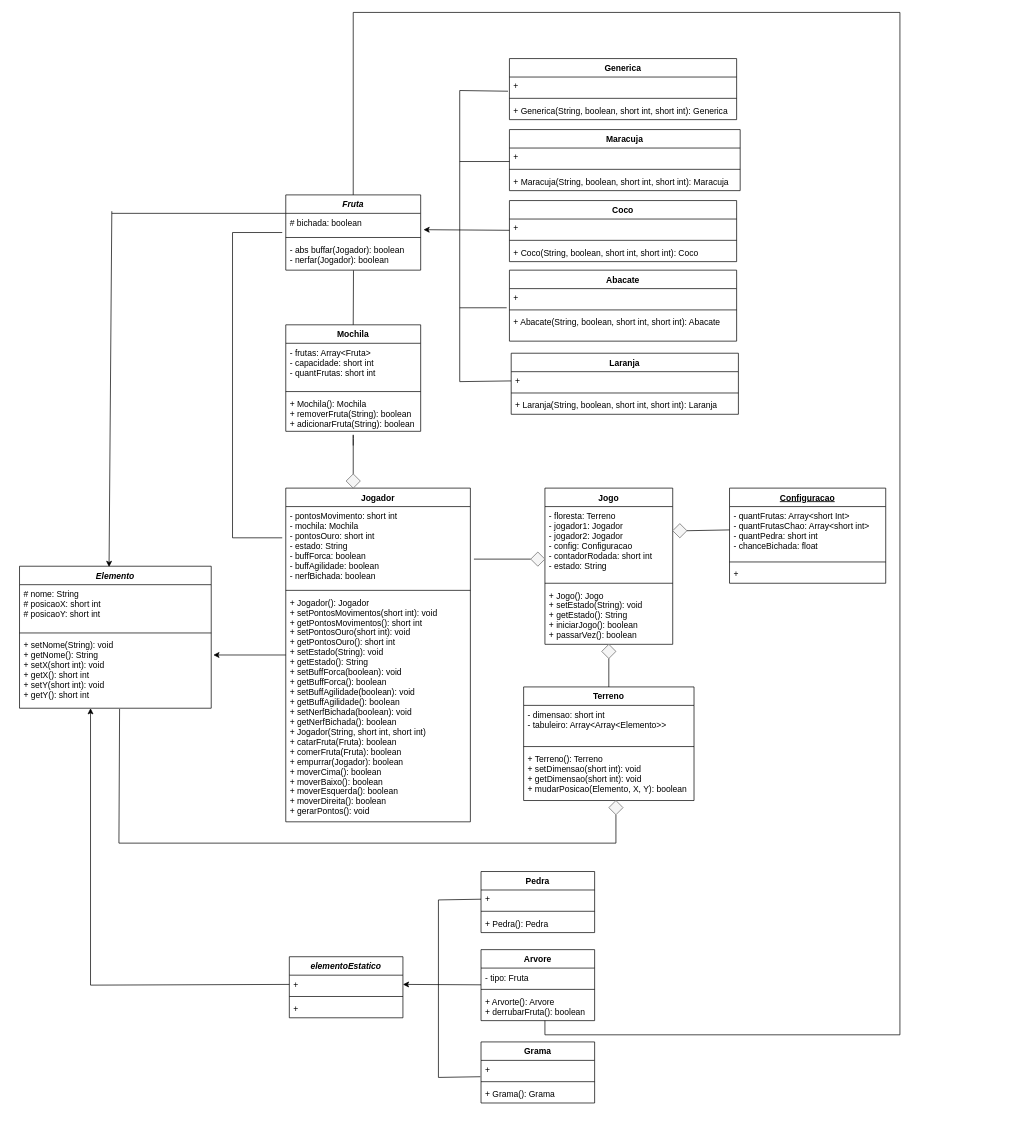
The draw.io diagram Esquemas/jogo.drawio in DaviAUJ/jogoCataFrutas, before the edit. Source tidied: cells renumbered, new cells numbered last; positions are measured from the earlier drawing's top-left corner, leaving out a move shared by most shapes. Both pictures are drawn from the tidied source at 71%, with x=0, y=0 at pixel (19, 12).
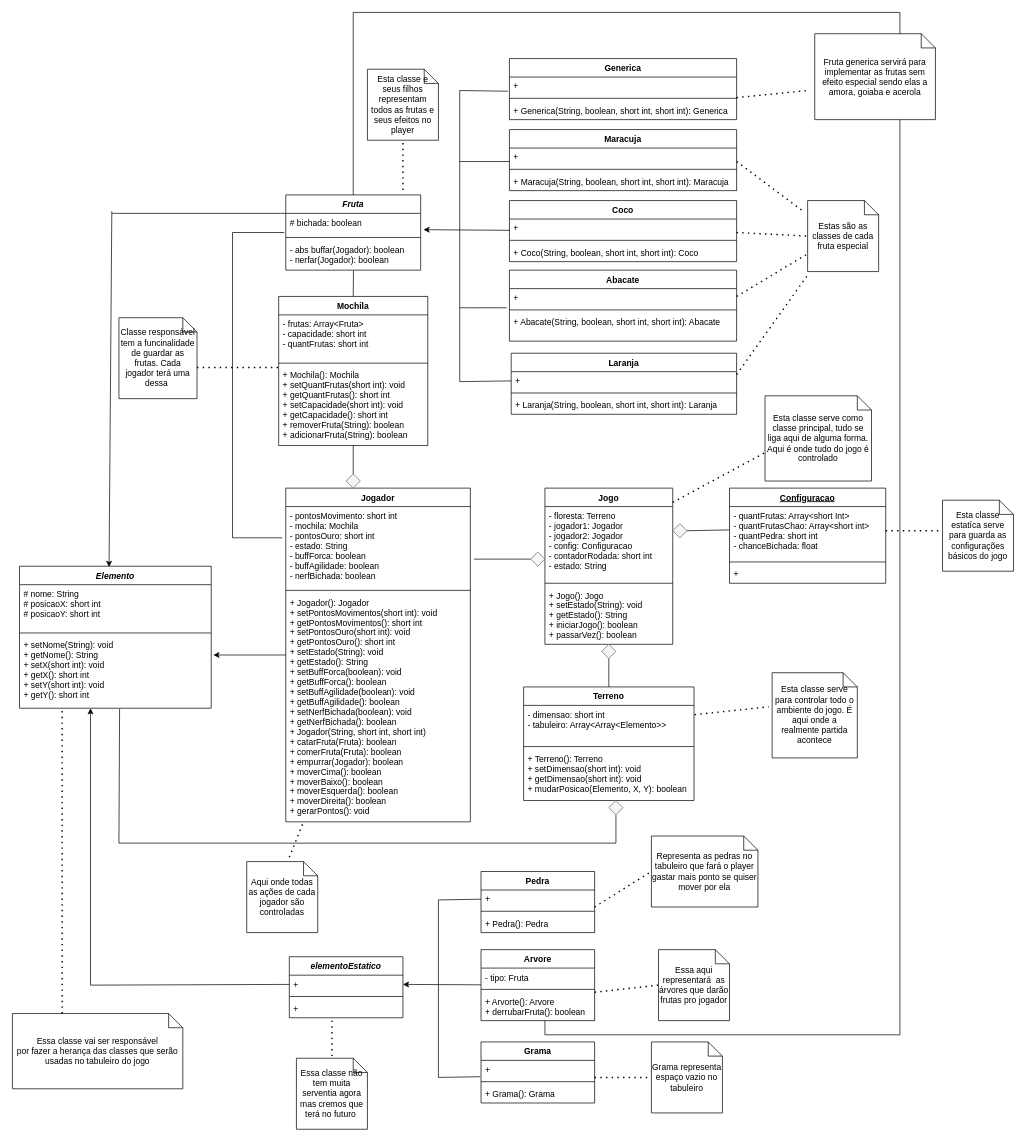
The same page after the edit.

Unchanged cells that the change refers to:
```xml
<mxCell id="3" value="# bichada: boolean" style="text;strokeColor=none;fillColor=none;align=left;verticalAlign=top;spacingLeft=4;spacingRight=4;overflow=hidden;points=[[0,0.5],[1,0.5]];portConstraint=eastwest;" parent="2" vertex="1">
  <mxGeometry y="26" width="190" height="30" as="geometry" />
</mxCell>
<mxCell id="5" value="- abs buffar(Jogador): boolean&#10;- nerfar(Jogador): boolean" style="text;strokeColor=none;fillColor=none;align=left;verticalAlign=top;spacingLeft=4;spacingRight=4;overflow=hidden;points=[[0,0.5],[1,0.5]];portConstraint=eastwest;" parent="2" vertex="1">
  <mxGeometry y="64" width="190" height="42" as="geometry" />
</mxCell>
<mxCell id="20" value="- dimensao: short int&#10;- tabuleiro: Array&lt;Array&lt;Elemento&gt;&gt;&#10;&#10;" style="text;strokeColor=none;fillColor=none;align=left;verticalAlign=top;spacingLeft=4;spacingRight=4;overflow=hidden;points=[[0,0.5],[1,0.5]];portConstraint=eastwest;" parent="19" vertex="1">
  <mxGeometry y="26" width="240" height="54" as="geometry" />
</mxCell>
```

Change to the diagram source:
```diff
@@
     <mxCell id="23" value="Maracuja" style="swimlane;fontStyle=1;align=center;verticalAlign=top;horizontal=1;startSize=26;" parent="1" vertex="1">
-      <mxGeometry x="690" y="165" width="325" height="86" as="geometry" />
+      <mxGeometry x="690" y="165" width="320" height="86" as="geometry" />
     </mxCell>
     <mxCell id="24" value="+ " style="text;strokeColor=none;fillColor=none;align=left;verticalAlign=top;spacingLeft=4;spacingRight=4;overflow=hidden;" parent="23" vertex="1">
-      <mxGeometry y="26" width="325" height="26" as="geometry" />
+      <mxGeometry y="26" width="320" height="26" as="geometry" />
     </mxCell>
     <mxCell id="25" style="line;strokeWidth=1;fillColor=none;align=left;verticalAlign=middle;spacingTop=-1;spacingLeft=3;spacingRight=3;labelPosition=right;strokeColor=inherit;" parent="23" vertex="1">
-      <mxGeometry y="52" width="325" height="8" as="geometry" />
+      <mxGeometry y="52" width="320" height="8" as="geometry" />
     </mxCell>
     <mxCell id="26" value="+ Maracuja(String, boolean, short int, short int): Maracuja" style="text;strokeColor=none;fillColor=none;align=left;verticalAlign=top;spacingLeft=4;spacingRight=4;overflow=hidden;" parent="23" vertex="1">
-      <mxGeometry y="60" width="325" height="26" as="geometry" />
+      <mxGeometry y="60" width="320" height="26" as="geometry" />
     </mxCell>
@@
     <mxCell id="36" value="Laranja" style="swimlane;fontStyle=1;align=center;verticalAlign=top;horizontal=1;startSize=26;" parent="1" vertex="1">
-      <mxGeometry x="692.5" y="480" width="320" height="86" as="geometry" />
+      <mxGeometry x="692.5" y="480" width="317.5" height="86" as="geometry" />
     </mxCell>
     <mxCell id="37" value="+ " style="text;strokeColor=none;fillColor=none;align=left;verticalAlign=top;spacingLeft=4;spacingRight=4;overflow=hidden;points=[[0,0.5],[1,0.5]];portConstraint=eastwest;" parent="36" vertex="1">
-      <mxGeometry y="26" width="320" height="26" as="geometry" />
+      <mxGeometry y="26" width="317.5" height="26" as="geometry" />
     </mxCell>
     <mxCell id="38" style="line;strokeWidth=1;fillColor=none;align=left;verticalAlign=middle;spacingTop=-1;spacingLeft=3;spacingRight=3;labelPosition=right;strokeColor=inherit;" parent="36" vertex="1">
-      <mxGeometry y="52" width="320" height="8" as="geometry" />
+      <mxGeometry y="52" width="317.5" height="8" as="geometry" />
     </mxCell>
     <mxCell id="39" value="+ Laranja(String, boolean, short int, short int): Laranja" style="text;strokeColor=none;fillColor=none;align=left;verticalAlign=top;spacingLeft=4;spacingRight=4;overflow=hidden;" parent="36" vertex="1">
-      <mxGeometry y="60" width="320" height="26" as="geometry" />
+      <mxGeometry y="60" width="317.5" height="26" as="geometry" />
     </mxCell>
@@
     <mxCell id="57" value="Mochila" style="swimlane;fontStyle=1;align=center;verticalAlign=top;horizontal=1;startSize=26;" parent="1" vertex="1">
-      <mxGeometry x="375" y="440" width="190" height="150" as="geometry" />
+      <mxGeometry x="365" y="400" width="210" height="210" as="geometry" />
     </mxCell>
     <mxCell id="58" value="- frutas: Array&lt;Fruta&gt;&#10;- capacidade: short int&#10;- quantFrutas: short int" style="text;strokeColor=none;fillColor=none;align=left;verticalAlign=top;spacingLeft=4;spacingRight=4;overflow=hidden;" parent="57" vertex="1">
-      <mxGeometry y="26" width="190" height="64" as="geometry" />
+      <mxGeometry y="26" width="210" height="64" as="geometry" />
     </mxCell>
     <mxCell id="59" style="line;strokeWidth=1;fillColor=none;align=left;verticalAlign=middle;spacingTop=-1;spacingLeft=3;spacingRight=3;labelPosition=right;strokeColor=inherit;" parent="57" vertex="1">
-      <mxGeometry y="90" width="190" height="8" as="geometry" />
+      <mxGeometry y="90" width="210" height="8" as="geometry" />
     </mxCell>
-    <mxCell id="60" value="+ Mochila(): Mochila&#10;+ removerFruta(String): boolean&#10;+ adicionarFruta(String): boolean" style="text;strokeColor=none;fillColor=none;align=left;verticalAlign=top;spacingLeft=4;spacingRight=4;overflow=hidden;" parent="57" vertex="1">
-      <mxGeometry y="98" width="190" height="52" as="geometry" />
+    <mxCell id="60" value="+ Mochila(): Mochila&#10;+ setQuantFrutas(short int): void&#10;+ getQuantFrutas(): short int &#10;+ setCapacidade(short int): void &#10;+ getCapacidade(): short int&#10;+ removerFruta(String): boolean&#10;+ adicionarFruta(String): boolean" style="text;strokeColor=none;fillColor=none;align=left;verticalAlign=top;spacingLeft=4;spacingRight=4;overflow=hidden;" parent="57" vertex="1">
+      <mxGeometry y="98" width="210" height="112" as="geometry" />
     </mxCell>
@@
-    <mxCell id="77" style="endArrow=none;html=1;entryX=0.502;entryY=1.01;entryDx=0;entryDy=0;entryPerimeter=0;exitX=0.5;exitY=0;exitDx=0;exitDy=0;" parent="1" edge="1" source="57" target="5">
-      <mxGeometry relative="1" as="geometry" />
+    <mxCell id="77" style="endArrow=none;html=1;entryX=0.502;entryY=1.01;entryDx=0;entryDy=0;entryPerimeter=0;" parent="1" edge="1" target="5">
+      <mxGeometry relative="1" as="geometry">
+        <mxPoint x="470" y="400" as="sourcePoint" />
+      </mxGeometry>
     </mxCell>
@@
     <mxCell id="79" style="endArrow=none;html=1;" parent="1" edge="1">
       <mxGeometry relative="1" as="geometry">
         <mxPoint x="470" y="650" as="sourcePoint" />
         <mxPoint x="470" y="610" as="targetPoint" />
-        <Array as="points">
-          <mxPoint x="470" y="590" />
-        </Array>
       </mxGeometry>
     </mxCell>
@@
-    <mxCell id="99" style="endArrow=none;html=1;" parent="1" edge="1">
+    <mxCell id="99" style="endArrow=none;html=1;entryX=-0.011;entryY=0.9;entryDx=0;entryDy=0;entryPerimeter=0;" parent="1" edge="1" target="3">
       <mxGeometry relative="1" as="geometry">
         <mxPoint x="300" y="310" as="sourcePoint" />
-        <mxPoint x="370" y="310" as="targetPoint" />
       </mxGeometry>
     </mxCell>
@@
+    <mxCell id="102" value="Essa classe vai ser responsável&lt;br&gt;por fazer a herança das classes que serão usadas no tabuleiro do jogo" style="shape=note;size=20;whiteSpace=wrap;html=1;" parent="1" vertex="1">
+      <mxGeometry x="-10" y="1410" width="240" height="106" as="geometry" />
+    </mxCell>
+    <mxCell id="103" value="Esta classe e seus filhos representam todos as frutas e seus efeitos no player" style="shape=note;size=20;whiteSpace=wrap;html=1;" parent="1" vertex="1">
+      <mxGeometry x="490" y="80" width="100" height="100" as="geometry" />
+    </mxCell>
+    <mxCell id="104" value="Esta classe serve para controlar todo o ambiente do jogo. É aqui onde a realmente partida acontece" style="shape=note;size=20;whiteSpace=wrap;html=1;" parent="1" vertex="1">
+      <mxGeometry x="1060" y="930" width="120" height="120" as="geometry" />
+    </mxCell>
+    <mxCell id="105" value="Essa classe não tem muita serventia agora mas cremos que terá no futuro&amp;nbsp;" style="shape=note;size=20;whiteSpace=wrap;html=1;" parent="1" vertex="1">
+      <mxGeometry x="390" y="1473" width="100" height="100" as="geometry" />
+    </mxCell>
+    <mxCell id="106" value="Representa as pedras no tabuleiro que fará o player gastar mais ponto se quiser mover por ela" style="shape=note;size=20;whiteSpace=wrap;html=1;" parent="1" vertex="1">
+      <mxGeometry x="890" y="1160" width="150" height="100" as="geometry" />
+    </mxCell>
+    <mxCell id="107" value="Essa aqui representará&amp;nbsp; as árvores que darão frutas pro jogador" style="shape=note;size=20;whiteSpace=wrap;html=1;" parent="1" vertex="1">
+      <mxGeometry x="900" y="1320" width="100" height="100" as="geometry" />
+    </mxCell>
+    <mxCell id="108" style="endArrow=none;dashed=1;html=1;dashPattern=1 3;strokeWidth=2;entryX=0;entryY=0.5;entryDx=0;entryDy=0;entryPerimeter=0;" parent="1" edge="1" target="106">
+      <mxGeometry relative="1" as="geometry">
+        <mxPoint x="810" y="1260" as="sourcePoint" />
+      </mxGeometry>
+    </mxCell>
+    <mxCell id="109" style="endArrow=none;dashed=1;html=1;dashPattern=1 3;strokeWidth=2;entryX=0;entryY=0.5;entryDx=0;entryDy=0;entryPerimeter=0;" parent="1" edge="1" target="107">
+      <mxGeometry relative="1" as="geometry">
+        <mxPoint x="810" y="1380" as="sourcePoint" />
+      </mxGeometry>
+    </mxCell>
+    <mxCell id="110" style="endArrow=none;dashed=1;html=1;dashPattern=1 3;strokeWidth=2;exitX=0.292;exitY=0;exitDx=0;exitDy=0;exitPerimeter=0;" parent="1" edge="1" source="102">
+      <mxGeometry relative="1" as="geometry">
+        <mxPoint x="60" y="980" as="targetPoint" />
+      </mxGeometry>
+    </mxCell>
+    <mxCell id="111" style="endArrow=none;dashed=1;html=1;dashPattern=1 3;strokeWidth=2;" parent="1" edge="1">
+      <mxGeometry relative="1" as="geometry">
+        <mxPoint x="440" y="1470" as="sourcePoint" />
+        <mxPoint x="440" y="1420" as="targetPoint" />
+      </mxGeometry>
+    </mxCell>
+    <mxCell id="112" style="endArrow=none;dashed=1;html=1;dashPattern=1 3;strokeWidth=2;entryX=-0.04;entryY=0.4;entryDx=0;entryDy=0;entryPerimeter=0;exitX=1.004;exitY=0.241;exitDx=0;exitDy=0;exitPerimeter=0;" parent="1" edge="1" source="20" target="104">
+      <mxGeometry relative="1" as="geometry" />
+    </mxCell>
+    <mxCell id="113" style="endArrow=none;dashed=1;html=1;dashPattern=1 3;strokeWidth=2;" parent="1" edge="1">
+      <mxGeometry relative="1" as="geometry">
+        <mxPoint x="810" y="1500" as="sourcePoint" />
+        <mxPoint x="890" y="1500" as="targetPoint" />
+      </mxGeometry>
+    </mxCell>
+    <mxCell id="114" value="Grama representa espaço vazio no tabuleiro" style="shape=note;size=20;whiteSpace=wrap;html=1;" parent="1" vertex="1">
+      <mxGeometry x="890" y="1450" width="100" height="100" as="geometry" />
+    </mxCell>
+    <mxCell id="115" style="endArrow=none;dashed=1;html=1;dashPattern=1 3;strokeWidth=2;" parent="1" edge="1">
+      <mxGeometry relative="1" as="geometry">
+        <mxPoint x="1220" y="730" as="sourcePoint" />
+        <mxPoint x="1300" y="730" as="targetPoint" />
+      </mxGeometry>
+    </mxCell>
+    <mxCell id="116" value="Esta classe estatíca serve para guarda as configurações básicos do jogo" style="shape=note;size=20;whiteSpace=wrap;html=1;" parent="1" vertex="1">
+      <mxGeometry x="1300" y="687" width="100" height="100" as="geometry" />
+    </mxCell>
+    <mxCell id="117" style="endArrow=none;dashed=1;html=1;dashPattern=1 3;strokeWidth=2;" parent="1" edge="1">
+      <mxGeometry relative="1" as="geometry">
+        <mxPoint x="920" y="690" as="sourcePoint" />
+        <mxPoint x="1050" y="620" as="targetPoint" />
+      </mxGeometry>
+    </mxCell>
+    <mxCell id="118" value="Esta classe serve como classe principal, tudo se liga aqui de alguma forma. Aqui é onde tudo do jogo é controlado" style="shape=note;size=20;whiteSpace=wrap;html=1;" parent="1" vertex="1">
+      <mxGeometry x="1050" y="540" width="150" height="120" as="geometry" />
+    </mxCell>
+    <mxCell id="119" style="endArrow=none;dashed=1;html=1;dashPattern=1 3;strokeWidth=2;" parent="1" edge="1">
+      <mxGeometry relative="1" as="geometry">
+        <mxPoint x="250" y="500" as="sourcePoint" />
+        <mxPoint x="370" y="500" as="targetPoint" />
+      </mxGeometry>
+    </mxCell>
+    <mxCell id="120" value="Classe responsável tem a funcinalidade de guardar as frutas. Cada jogador terá uma dessa&amp;nbsp;" style="shape=note;size=20;whiteSpace=wrap;html=1;" parent="1" vertex="1">
+      <mxGeometry x="140" y="430" width="110" height="114" as="geometry" />
+    </mxCell>
+    <mxCell id="121" style="endArrow=none;dashed=1;html=1;dashPattern=1 3;strokeWidth=2;" parent="1" edge="1">
+      <mxGeometry relative="1" as="geometry">
+        <mxPoint x="380" y="1190" as="sourcePoint" />
+        <mxPoint x="400" y="1140" as="targetPoint" />
+      </mxGeometry>
+    </mxCell>
+    <mxCell id="122" value="Aqui onde todas as ações de cada jogador são controladas" style="shape=note;size=20;whiteSpace=wrap;html=1;" parent="1" vertex="1">
+      <mxGeometry x="320" y="1196" width="100" height="100" as="geometry" />
+    </mxCell>
+    <mxCell id="123" style="endArrow=none;dashed=1;html=1;dashPattern=1 3;strokeWidth=2;entryX=0.5;entryY=1;entryDx=0;entryDy=0;entryPerimeter=0;" parent="1" edge="1" target="103">
+      <mxGeometry relative="1" as="geometry">
+        <mxPoint x="540" y="250" as="sourcePoint" />
+      </mxGeometry>
+    </mxCell>
+    <mxCell id="124" style="endArrow=none;dashed=1;html=1;dashPattern=1 3;strokeWidth=2;" parent="1" edge="1">
+      <mxGeometry relative="1" as="geometry">
+        <mxPoint x="1010" y="510" as="sourcePoint" />
+        <mxPoint x="1110" y="370" as="targetPoint" />
+      </mxGeometry>
+    </mxCell>
+    <mxCell id="125" value="Estas são as classes de cada fruta especial" style="shape=note;size=20;whiteSpace=wrap;html=1;" parent="1" vertex="1">
+      <mxGeometry x="1110" y="265" width="100" height="100" as="geometry" />
+    </mxCell>
+    <mxCell id="126" style="endArrow=none;dashed=1;html=1;dashPattern=1 3;strokeWidth=2;entryX=0;entryY=0.75;entryDx=0;entryDy=0;entryPerimeter=0;" parent="1" edge="1" target="125">
+      <mxGeometry relative="1" as="geometry">
+        <mxPoint x="1010" y="400" as="sourcePoint" />
+      </mxGeometry>
+    </mxCell>
+    <mxCell id="127" style="endArrow=none;dashed=1;html=1;dashPattern=1 3;strokeWidth=2;entryX=0;entryY=0.5;entryDx=0;entryDy=0;entryPerimeter=0;" parent="1" edge="1" target="125">
+      <mxGeometry relative="1" as="geometry">
+        <mxPoint x="1010" y="310" as="sourcePoint" />
+      </mxGeometry>
+    </mxCell>
+    <mxCell id="128" style="endArrow=none;dashed=1;html=1;dashPattern=1 3;strokeWidth=2;entryX=-0.05;entryY=0.16;entryDx=0;entryDy=0;entryPerimeter=0;" parent="1" edge="1" target="125">
+      <mxGeometry relative="1" as="geometry">
+        <mxPoint x="1010" y="210" as="sourcePoint" />
+      </mxGeometry>
+    </mxCell>
+    <mxCell id="129" value="Fruta generica servirá para implementar as frutas sem efeito especial sendo elas a amora, goiaba e acerola" style="shape=note;size=20;whiteSpace=wrap;html=1;" parent="1" vertex="1">
+      <mxGeometry x="1120" y="30" width="170" height="121" as="geometry" />
+    </mxCell>
+    <mxCell id="130" style="endArrow=none;dashed=1;html=1;dashPattern=1 3;strokeWidth=2;" parent="1" edge="1">
+      <mxGeometry relative="1" as="geometry">
+        <mxPoint x="1010" y="120" as="sourcePoint" />
+        <mxPoint x="1110" y="110" as="targetPoint" />
+      </mxGeometry>
+    </mxCell>
```
